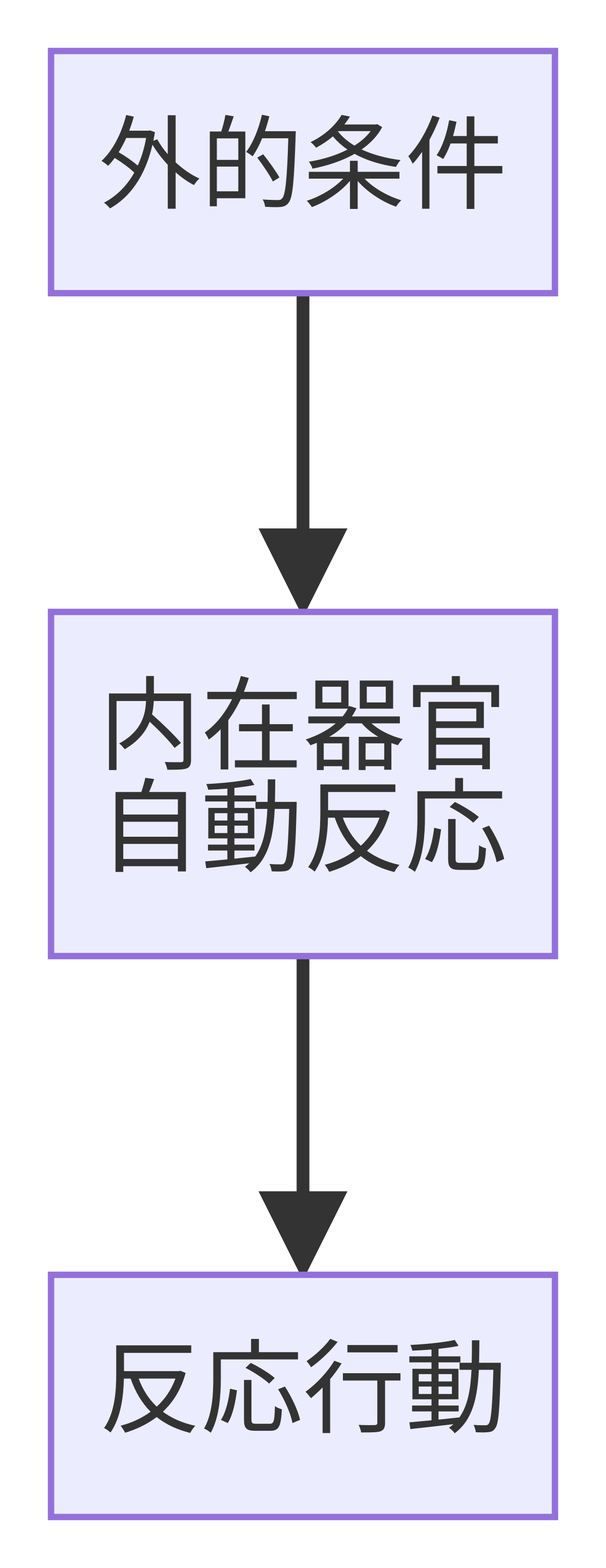
Earlier version of the Mermaid export assets/organ_will_placement/adaptation.png (human-attunement/system). Its source is kept beside it as assets/organ_will_placement/adaptation.mmd.
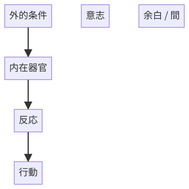
Later version of the same file.

Diff of the diagram source:
```diff
@@ -1,7 +1,10 @@
-flowchart TB
-    E[外的条件]
-    O["内在器官
-    自動反応"]
-    A[反応行動]
-
-    E --> O --> A
+---
+title: 適応の位置関係
+description: 意志は介在しない。
+---
+flowchart TD
+    E[外的条件] --> O[内在器官]
+    O --> R[反応]
+    R --> A[行動]
+    W[意志]
+    M[余白 / 間]
```
